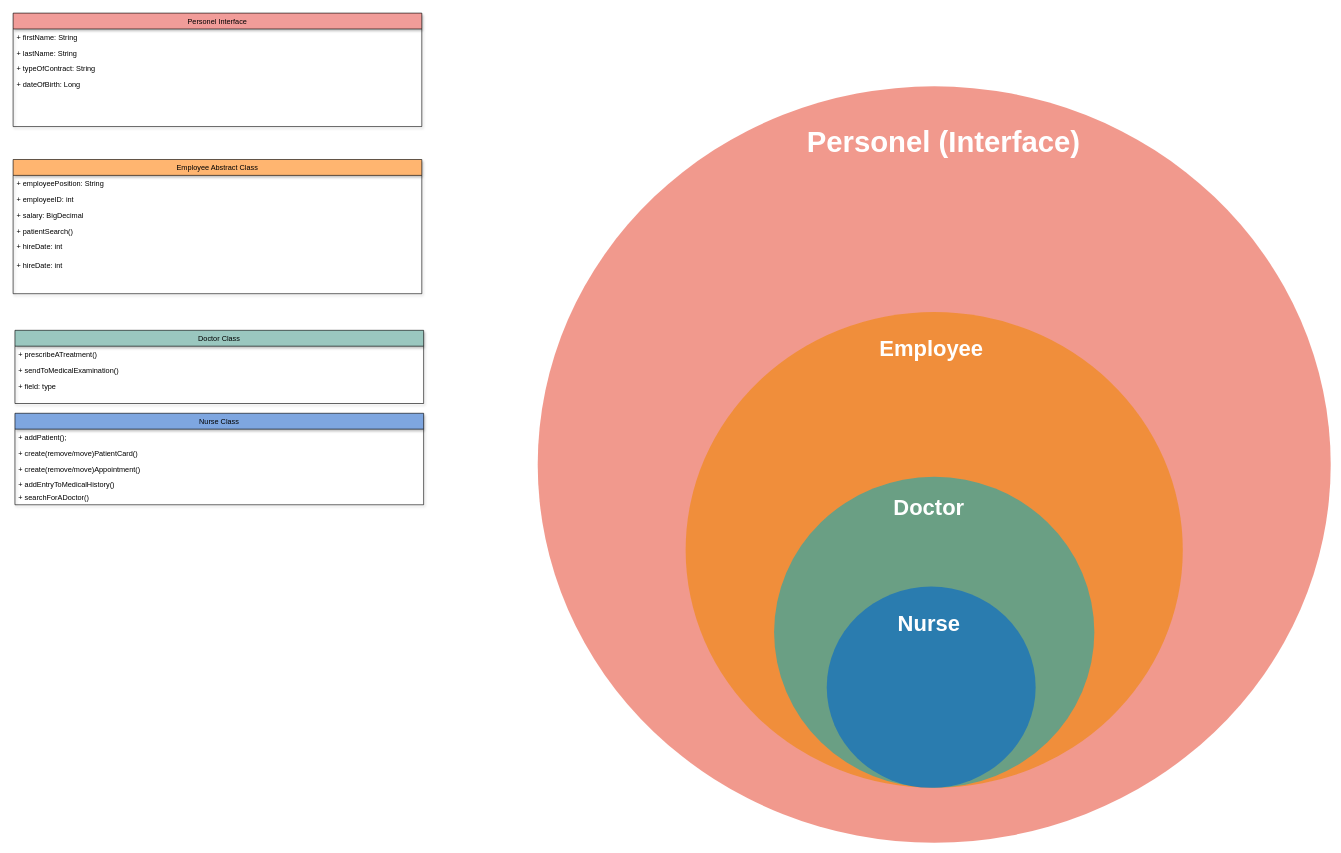
Earlier version of the draw.io diagram page "entity-inheritance" (2 of 2) of diagrams/TableRelationsAndEntityInheritanceDiagram.drawio (TaranCorp/MedicalCenter). Source tidied: cells renumbered, new cells numbered last; positions are measured from the earlier drawing's top-left corner, leaving out a move shared by most shapes. Both pictures are drawn from the tidied source at 61%, with x=0, y=0 at pixel (13, 13).
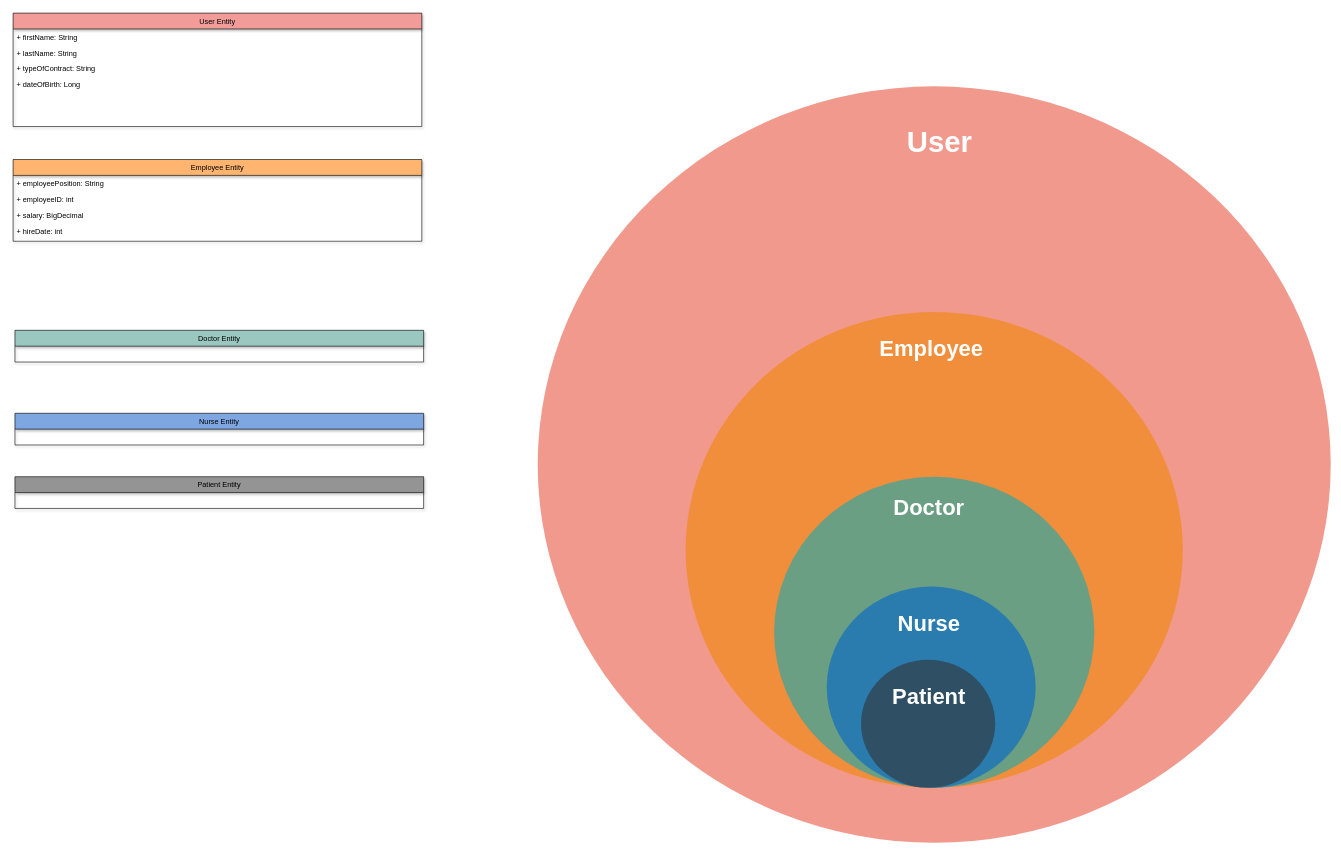
Above is the later version.

Change to the diagram source:
```diff
@@
-    <mxCell id="3" value="&lt;h1&gt;&lt;font style=&quot;font-size: 48px&quot;&gt;Personel (Interface)&lt;/font&gt;&lt;/h1&gt;" style="text;fontSize=24;align=center;verticalAlign=middle;html=1;fontColor=#FFFFFF;" parent="1" vertex="1">
+    <mxCell id="3" value="&lt;h1&gt;&lt;font style=&quot;font-size: 48px&quot;&gt;User&lt;/font&gt;&lt;span style=&quot;font-weight: normal&quot;&gt;&amp;nbsp;&lt;/span&gt;&lt;/h1&gt;" style="text;fontSize=24;align=center;verticalAlign=middle;html=1;fontColor=#FFFFFF;" parent="1" vertex="1">
       <mxGeometry x="1430" y="176" width="190" height="70" as="geometry" />
     </mxCell>
@@
-    <mxCell id="10" value="Personel Interface" style="swimlane;fontStyle=0;horizontal=1;startSize=26;fillColor=#F19C99;shadow=1;strokeColor=#000000;" parent="1" vertex="1">
+    <mxCell id="10" value="User Entity" style="swimlane;fontStyle=0;horizontal=1;startSize=26;fillColor=#F19C99;shadow=1;strokeColor=#000000;" parent="1" vertex="1">
       <mxGeometry width="670" height="186" as="geometry" />
     </mxCell>
@@
-    <mxCell id="15" value="Employee Abstract Class" style="swimlane;fontStyle=0;horizontal=1;startSize=26;fillColor=#FFB570;shadow=1;strokeColor=#000000;" parent="1" vertex="1">
-      <mxGeometry y="240" width="670" height="220" as="geometry" />
+    <mxCell id="15" value="Employee Entity" style="swimlane;fontStyle=0;horizontal=1;startSize=26;fillColor=#FFB570;shadow=1;strokeColor=#000000;" parent="1" vertex="1">
+      <mxGeometry y="240" width="670" height="134" as="geometry" />
     </mxCell>
@@
-    <mxCell id="19" value="+ patientSearch()" style="text;strokeColor=none;fillColor=none;align=left;verticalAlign=top;spacingLeft=4;spacingRight=4;overflow=hidden;" parent="15" vertex="1">
-      <mxGeometry y="104" width="670" height="26" as="geometry" />
-    </mxCell>
     <mxCell id="20" value="+ hireDate: int" style="text;strokeColor=none;fillColor=none;align=left;verticalAlign=top;spacingLeft=4;spacingRight=4;overflow=hidden;" parent="15" vertex="1">
-      <mxGeometry y="130" width="670" height="30" as="geometry" />
+      <mxGeometry y="104" width="670" height="30" as="geometry" />
     </mxCell>
-    <mxCell id="21" value="+ hireDate: int" style="text;strokeColor=none;fillColor=none;align=left;verticalAlign=top;spacingLeft=4;spacingRight=4;overflow=hidden;" parent="15" vertex="1">
-      <mxGeometry y="160" width="670" height="60" as="geometry" />
-    </mxCell>
-    <mxCell id="22" value="Doctor Class" style="swimlane;fontStyle=0;horizontal=1;startSize=26;fillColor=#9AC7BF;shadow=1;strokeColor=#000000;" parent="1" vertex="1">
-      <mxGeometry x="3" y="520" width="670" height="120" as="geometry" />
+    <mxCell id="22" value="Doctor Entity" style="swimlane;fontStyle=0;horizontal=1;startSize=26;fillColor=#9AC7BF;shadow=1;strokeColor=#000000;" parent="1" vertex="1">
+      <mxGeometry x="3" y="520" width="670" height="52" as="geometry" />
     </mxCell>
-    <mxCell id="23" value="+ prescribeATreatment()" style="text;strokeColor=none;fillColor=none;align=left;verticalAlign=top;spacingLeft=4;spacingRight=4;overflow=hidden;" parent="22" vertex="1">
-      <mxGeometry y="26" width="670" height="26" as="geometry" />
-    </mxCell>
-    <mxCell id="24" value="+ sendToMedicalExamination()" style="text;strokeColor=none;fillColor=none;align=left;verticalAlign=top;spacingLeft=4;spacingRight=4;overflow=hidden;" parent="22" vertex="1">
-      <mxGeometry y="52" width="670" height="26" as="geometry" />
-    </mxCell>
-    <mxCell id="25" value="+ field: type" style="text;strokeColor=none;fillColor=none;align=left;verticalAlign=top;spacingLeft=4;spacingRight=4;overflow=hidden;" parent="22" vertex="1">
-      <mxGeometry y="78" width="670" height="42" as="geometry" />
-    </mxCell>
-    <mxCell id="26" value="Nurse Class" style="swimlane;fontStyle=0;horizontal=1;startSize=26;fillColor=#7EA6E0;shadow=1;strokeColor=#000000;" parent="1" vertex="1">
-      <mxGeometry x="3" y="656" width="670" height="150" as="geometry" />
+    <mxCell id="26" value="Nurse Entity" style="swimlane;fontStyle=0;horizontal=1;startSize=26;fillColor=#7EA6E0;shadow=1;strokeColor=#000000;" parent="1" vertex="1">
+      <mxGeometry x="3" y="656" width="670" height="52" as="geometry" />
     </mxCell>
-    <mxCell id="27" value="+ addPatient();" style="text;strokeColor=none;fillColor=none;align=left;verticalAlign=top;spacingLeft=4;spacingRight=4;overflow=hidden;" parent="26" vertex="1">
-      <mxGeometry y="26" width="670" height="26" as="geometry" />
-    </mxCell>
-    <mxCell id="28" value="+ create(remove/move)PatientCard()" style="text;strokeColor=none;fillColor=none;align=left;verticalAlign=top;spacingLeft=4;spacingRight=4;overflow=hidden;" parent="26" vertex="1">
-      <mxGeometry y="52" width="670" height="98" as="geometry" />
-    </mxCell>
-    <mxCell id="29" value="+ create(remove/move)Appointment()" style="text;strokeColor=none;fillColor=none;align=left;verticalAlign=top;spacingLeft=4;spacingRight=4;overflow=hidden;" parent="1" vertex="1">
-      <mxGeometry x="3" y="734" width="670" height="66" as="geometry" />
-    </mxCell>
-    <mxCell id="30" value="+ addEntryToMedicalHistory()" style="text;strokeColor=none;fillColor=none;align=left;verticalAlign=top;spacingLeft=4;spacingRight=4;overflow=hidden;" parent="1" vertex="1">
-      <mxGeometry x="3" y="760" width="670" height="26" as="geometry" />
-    </mxCell>
-    <mxCell id="31" value="+ searchForADoctor()" style="text;strokeColor=none;fillColor=none;align=left;verticalAlign=top;spacingLeft=4;spacingRight=4;overflow=hidden;" parent="1" vertex="1">
-      <mxGeometry x="3" y="780" width="670" height="26" as="geometry" />
-    </mxCell>
+    <mxCell id="32" style="ellipse;fillColor=#333333;opacity=60;strokeColor=none;html=1;fontColor=#FFFFFF;" parent="1" vertex="1">
+      <mxGeometry x="1390" y="1060" width="220" height="210" as="geometry" />
+    </mxCell>
+    <mxCell id="33" value="&lt;h2&gt;&lt;font style=&quot;font-size: 36px&quot; color=&quot;#ffffff&quot;&gt;Patient&lt;/font&gt;&lt;/h2&gt;" style="text;html=1;align=center;verticalAlign=middle;fillColor=none;strokeColor=none;rounded=0;shadow=1;" parent="1" vertex="1">
+      <mxGeometry x="1431.2" y="1090" width="140" height="60" as="geometry" />
+    </mxCell>
+    <mxCell id="34" value="Patient Entity" style="swimlane;fontStyle=0;horizontal=1;startSize=26;fillColor=#949494;shadow=1;strokeColor=#000000;" parent="1" vertex="1">
+      <mxGeometry x="3" y="760" width="670" height="52" as="geometry" />
+    </mxCell>
```
